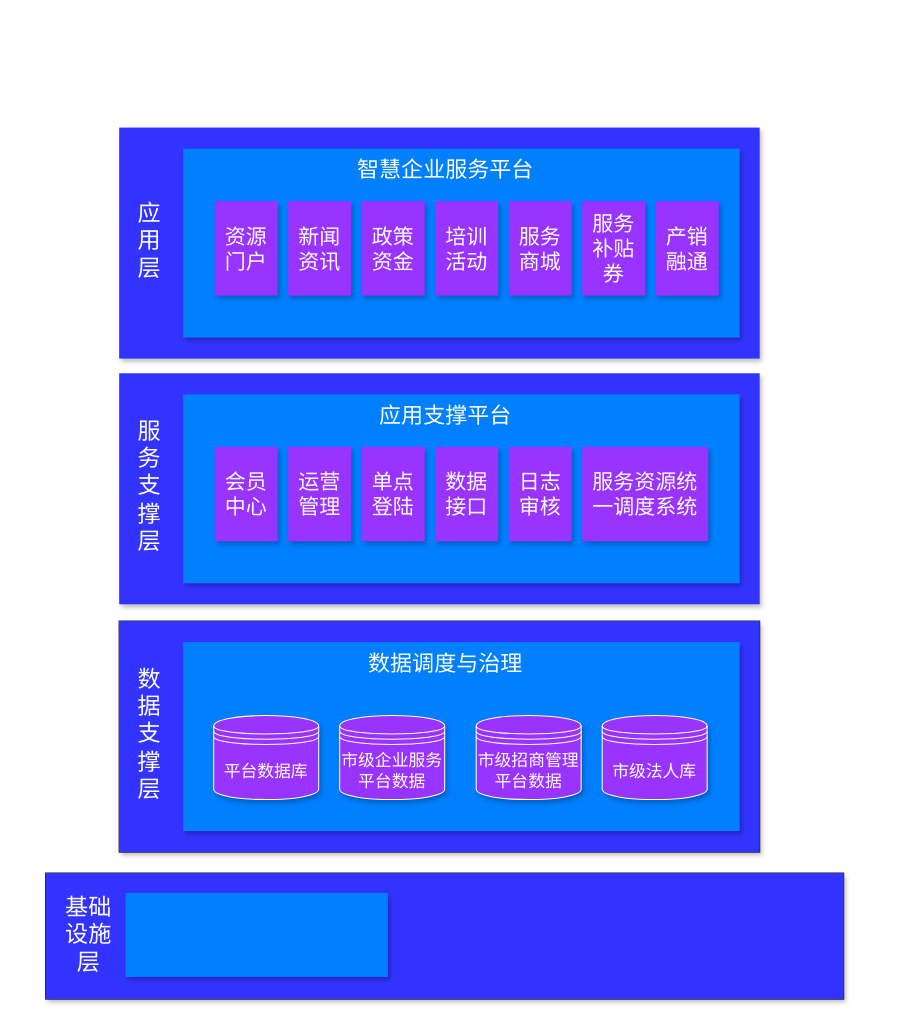
The draw.io diagram framework3.drawio in cjaack2/Images_Repository, before the edit. Source tidied: cells renumbered, new cells numbered last; positions are measured from the earlier drawing's top-left corner, leaving out a move shared by most shapes. Both pictures are drawn from the tidied source at 105%, with x=0, y=0 at pixel (45, 127).
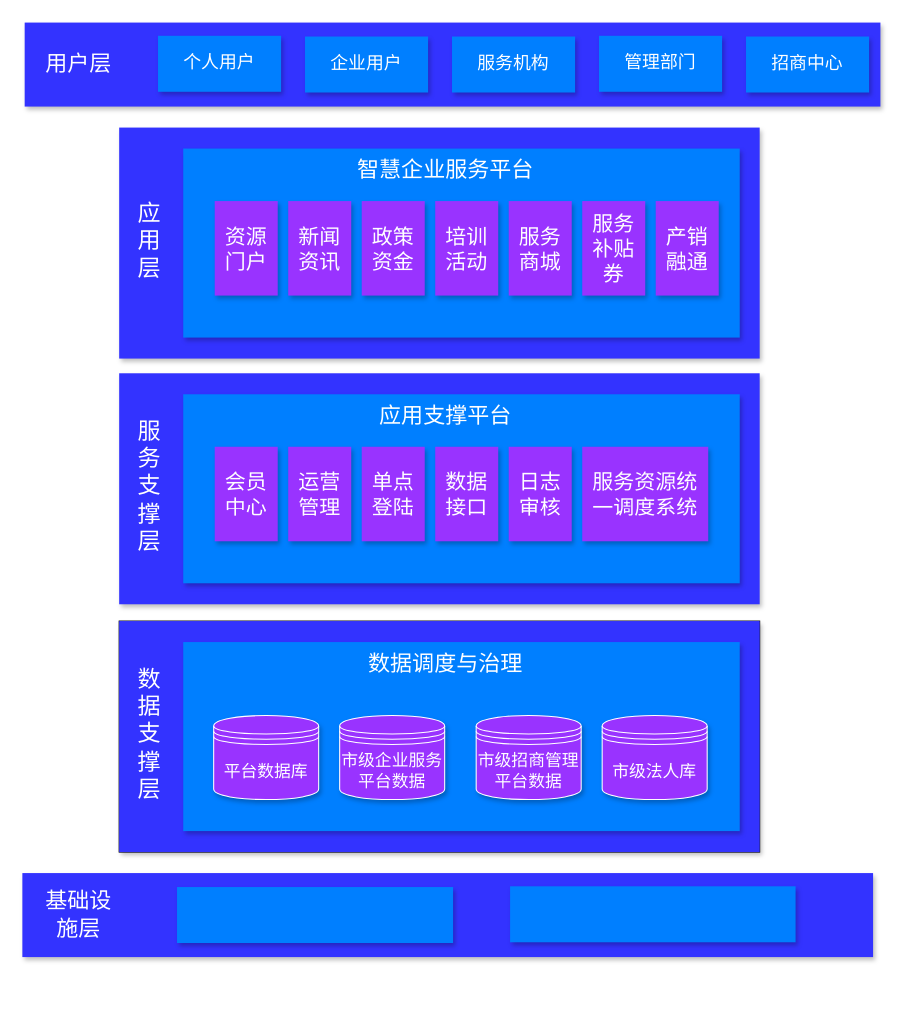
After the change.

Change to the diagram source:
```diff
@@
-    <mxCell id="37" style="group;strokeColor=#000000;fontColor=#E6E6E6;" parent="1" vertex="1">
-      <mxGeometry y="710" width="760" height="120" as="geometry" />
+    <mxCell id="37" style="group;fontColor=#E6E6E6;" parent="1" vertex="1">
+      <mxGeometry x="-12" y="710" width="810" height="80" as="geometry" />
     </mxCell>
+    <mxCell id="41" style="group;" parent="37" vertex="1">
+      <mxGeometry x="-10.2" width="810.2" height="80" as="geometry" />
+    </mxCell>
-    <mxCell id="38" style="rounded=0;whiteSpace=wrap;html=1;fillColor=#3333FF;strokeColor=none;shadow=1;" parent="37" vertex="1">
-      <mxGeometry width="760" height="120" as="geometry" />
+    <mxCell id="38" style="rounded=0;whiteSpace=wrap;html=1;fillColor=#3333FF;strokeColor=none;shadow=1;" parent="41" vertex="1">
+      <mxGeometry width="810.2" height="80" as="geometry" />
     </mxCell>
-    <mxCell id="39" value="&lt;font color=&quot;#ffffff&quot; style=&quot;font-size: 22px&quot;&gt;基础设施层&lt;/font&gt;" style="text;html=1;strokeColor=none;fillColor=none;align=center;verticalAlign=middle;whiteSpace=wrap;rounded=0;" parent="37" vertex="1">
-      <mxGeometry x="8.1" y="23.4" width="65.8" height="70.9" as="geometry" />
+    <mxCell id="39" value="&lt;font color=&quot;#ffffff&quot; style=&quot;font-size: 21px&quot;&gt;基础设施层&lt;/font&gt;" style="text;html=1;strokeColor=none;fillColor=none;align=center;verticalAlign=middle;whiteSpace=wrap;rounded=0;" parent="41" vertex="1">
+      <mxGeometry x="19" y="15.6" width="69.3" height="47.3" as="geometry" />
     </mxCell>
-    <mxCell id="40" style="rounded=0;whiteSpace=wrap;html=1;fillColor=#007FFF;strokeColor=none;shadow=1;" parent="37" vertex="1">
-      <mxGeometry x="76" y="18.9" width="249.9" height="80" as="geometry" />
+    <mxCell id="40" style="rounded=0;whiteSpace=wrap;html=1;fillColor=#007FFF;strokeColor=none;shadow=1;" parent="41" vertex="1">
+      <mxGeometry x="147.3" y="13.3" width="262.9" height="53.3" as="geometry" />
     </mxCell>
+    <mxCell id="42" style="rounded=0;whiteSpace=wrap;html=1;fillColor=#007FFF;strokeColor=none;shadow=1;" parent="41" vertex="1">
+      <mxGeometry x="464.5" y="12.6" width="271.9" height="53.3" as="geometry" />
+    </mxCell>
+    <mxCell id="43" style="group;" parent="37" vertex="1">
+      <mxGeometry x="-8" y="-810" width="815" height="80" as="geometry" />
+    </mxCell>
+    <mxCell id="44" style="rounded=0;whiteSpace=wrap;html=1;fillColor=#3333FF;strokeColor=none;shadow=1;" parent="43" vertex="1">
+      <mxGeometry width="815" height="80" as="geometry" />
+    </mxCell>
+    <mxCell id="45" value="&lt;font color=&quot;#ffffff&quot; style=&quot;font-size: 21px&quot;&gt;用户层&lt;/font&gt;" style="text;html=1;strokeColor=none;fillColor=none;align=center;verticalAlign=middle;whiteSpace=wrap;rounded=0;" parent="43" vertex="1">
+      <mxGeometry x="18.4" y="15.6" width="67.1" height="47.3" as="geometry" />
+    </mxCell>
+    <mxCell id="46" value="&lt;font color=&quot;#ffffff&quot; style=&quot;font-size: 17px&quot;&gt;企业用户&lt;/font&gt;" style="rounded=0;whiteSpace=wrap;html=1;fillColor=#007FFF;strokeColor=none;shadow=1;" parent="1" vertex="1">
+      <mxGeometry x="247" y="-86.7" width="117.2" height="53.3" as="geometry" />
+    </mxCell>
+    <mxCell id="47" value="&lt;font color=&quot;#ffffff&quot; style=&quot;font-size: 17px&quot;&gt;服务机构&lt;/font&gt;" style="rounded=0;whiteSpace=wrap;html=1;fillColor=#007FFF;strokeColor=none;shadow=1;" parent="1" vertex="1">
+      <mxGeometry x="387" y="-86.7" width="117.2" height="53.3" as="geometry" />
+    </mxCell>
+    <mxCell id="48" value="&lt;font color=&quot;#ffffff&quot;&gt;&lt;span style=&quot;font-size: 17px&quot;&gt;管理部门&lt;/span&gt;&lt;/font&gt;" style="rounded=0;whiteSpace=wrap;html=1;fillColor=#007FFF;strokeColor=none;shadow=1;" parent="1" vertex="1">
+      <mxGeometry x="527" y="-87.4" width="117.2" height="53.3" as="geometry" />
+    </mxCell>
+    <mxCell id="49" value="&lt;font color=&quot;#ffffff&quot; style=&quot;font-size: 17px&quot;&gt;招商中心&lt;/font&gt;" style="rounded=0;whiteSpace=wrap;html=1;fillColor=#007FFF;strokeColor=none;shadow=1;" parent="1" vertex="1">
+      <mxGeometry x="667" y="-86.7" width="117.2" height="53.3" as="geometry" />
+    </mxCell>
+    <mxCell id="50" value="&lt;font color=&quot;#ffffff&quot; style=&quot;font-size: 17px&quot;&gt;个人用户&lt;/font&gt;" style="rounded=0;whiteSpace=wrap;html=1;fillColor=#007FFF;strokeColor=none;shadow=1;" parent="1" vertex="1">
+      <mxGeometry x="107" y="-87.4" width="117.2" height="53.3" as="geometry" />
+    </mxCell>
```
